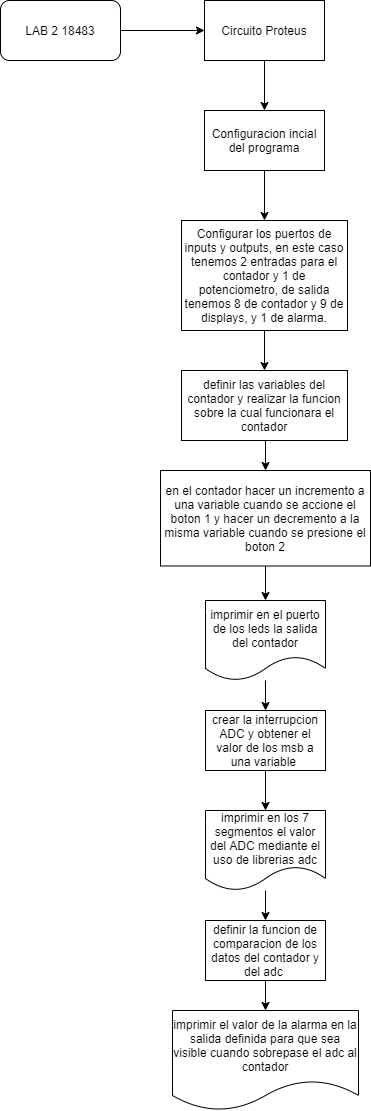
SSGR18483/IE3027-Digital_2_18483 keeps this draw.io diagram as Laboratorio 2/PseudocodigoL2.png. Above is the earlier version. Source tidied: cells renumbered, new cells last; positions are measured from the earlier drawing's top-left corner, leaving out a move shared by most shapes. Its diagram source:
```xml
<mxGraphModel>
  <root>
    <mxCell id="0" />
    <mxCell id="1" parent="0" />
    <mxCell id="2" style="edgeStyle=orthogonalEdgeStyle;rounded=0;jettySize=auto;html=1;exitX=1;exitY=0.5;exitDx=0;exitDy=0;entryX=0;entryY=0.5;entryDx=0;entryDy=0;" parent="1" edge="1" source="3" target="5">
      <mxGeometry relative="1" as="geometry" />
    </mxCell>
    <mxCell id="3" value="LAB 2 18483" style="rounded=1;whiteSpace=wrap;html=1;" parent="1" vertex="1">
      <mxGeometry width="120" height="60" as="geometry" />
    </mxCell>
    <mxCell id="4" style="edgeStyle=orthogonalEdgeStyle;rounded=0;jettySize=auto;html=1;entryX=0.5;entryY=0;entryDx=0;entryDy=0;" parent="1" edge="1" source="5" target="7">
      <mxGeometry relative="1" as="geometry" />
    </mxCell>
    <mxCell id="5" value="Circuito Proteus" style="rounded=0;whiteSpace=wrap;html=1;" parent="1" vertex="1">
      <mxGeometry x="204" width="120" height="60" as="geometry" />
    </mxCell>
    <mxCell id="6" style="edgeStyle=orthogonalEdgeStyle;rounded=0;jettySize=auto;html=1;entryX=0.5;entryY=0;entryDx=0;entryDy=0;" parent="1" edge="1" source="7" target="9">
      <mxGeometry relative="1" as="geometry" />
    </mxCell>
    <mxCell id="7" value="Configuracion incial del programa" style="rounded=0;whiteSpace=wrap;html=1;" parent="1" vertex="1">
      <mxGeometry x="204" y="110" width="120" height="60" as="geometry" />
    </mxCell>
    <mxCell id="8" style="edgeStyle=orthogonalEdgeStyle;rounded=0;jettySize=auto;html=1;exitX=0.5;exitY=1;exitDx=0;exitDy=0;entryX=0.5;entryY=0;entryDx=0;entryDy=0;" parent="1" edge="1" source="9" target="11">
      <mxGeometry relative="1" as="geometry" />
    </mxCell>
    <mxCell id="9" value="Configurar los puertos de inputs y outputs, en este caso tenemos 2 entradas para el contador y 1 de potenciometro, de salida tenemos 8 de contador y 9 de displays, y 1 de alarma." style="rounded=0;whiteSpace=wrap;html=1;" parent="1" vertex="1">
      <mxGeometry x="181" y="220" width="166" height="110" as="geometry" />
    </mxCell>
    <mxCell id="10" style="edgeStyle=orthogonalEdgeStyle;rounded=0;jettySize=auto;html=1;exitX=0.5;exitY=1;exitDx=0;exitDy=0;entryX=0.5;entryY=0;entryDx=0;entryDy=0;" parent="1" edge="1" source="11" target="13">
      <mxGeometry relative="1" as="geometry" />
    </mxCell>
    <mxCell id="11" value="definir las variables del contador y realizar la funcion sobre la cual funcionara el contador" style="rounded=0;whiteSpace=wrap;html=1;" parent="1" vertex="1">
      <mxGeometry x="181" y="370" width="166" height="70" as="geometry" />
    </mxCell>
    <mxCell id="12" style="edgeStyle=orthogonalEdgeStyle;rounded=0;jettySize=auto;html=1;entryX=0.5;entryY=0;entryDx=0;entryDy=0;" parent="1" edge="1" source="13" target="15">
      <mxGeometry relative="1" as="geometry" />
    </mxCell>
    <mxCell id="13" value="en el contador hacer un incremento a una variable cuando se accione el boton 1 y hacer un decremento a la misma variable cuando se presione el boton 2" style="rounded=0;whiteSpace=wrap;html=1;" parent="1" vertex="1">
      <mxGeometry x="160" y="470" width="210" height="95.5" as="geometry" />
    </mxCell>
    <mxCell id="14" style="edgeStyle=orthogonalEdgeStyle;rounded=0;jettySize=auto;html=1;" parent="1" edge="1" source="15" target="17">
      <mxGeometry relative="1" as="geometry" />
    </mxCell>
    <mxCell id="15" value="imprimir en el puerto de los leds la salida del contador" style="shape=document;whiteSpace=wrap;html=1;boundedLbl=1;" parent="1" vertex="1">
      <mxGeometry x="205" y="600" width="120" height="80" as="geometry" />
    </mxCell>
    <mxCell id="16" style="edgeStyle=orthogonalEdgeStyle;rounded=0;jettySize=auto;html=1;entryX=0.5;entryY=0;entryDx=0;entryDy=0;" parent="1" edge="1" source="17" target="19">
      <mxGeometry relative="1" as="geometry" />
    </mxCell>
    <mxCell id="17" value="crear la interrupcion ADC y obtener el valor de los msb a una variable&amp;nbsp;" style="rounded=0;whiteSpace=wrap;html=1;" parent="1" vertex="1">
      <mxGeometry x="205" y="710" width="120" height="60" as="geometry" />
    </mxCell>
    <mxCell id="18" style="edgeStyle=orthogonalEdgeStyle;rounded=0;jettySize=auto;html=1;entryX=0.5;entryY=0;entryDx=0;entryDy=0;" parent="1" edge="1" source="19" target="21">
      <mxGeometry relative="1" as="geometry" />
    </mxCell>
    <mxCell id="19" value="imprimir en los 7 segmentos el valor del ADC mediante el uso de librerias adc" style="shape=document;whiteSpace=wrap;html=1;boundedLbl=1;" parent="1" vertex="1">
      <mxGeometry x="205" y="810" width="120" height="80" as="geometry" />
    </mxCell>
    <mxCell id="20" style="edgeStyle=orthogonalEdgeStyle;rounded=0;jettySize=auto;html=1;entryX=0.5;entryY=0;entryDx=0;entryDy=0;" parent="1" edge="1" source="21" target="22">
      <mxGeometry relative="1" as="geometry" />
    </mxCell>
    <mxCell id="21" value="definir la funcion de comparacion de los datos del contador y del adc&amp;nbsp;" style="rounded=0;whiteSpace=wrap;html=1;" parent="1" vertex="1">
      <mxGeometry x="205" y="920" width="120" height="60" as="geometry" />
    </mxCell>
    <mxCell id="22" value="imprimir el valor de la alarma en la salida definida para que sea visible cuando sobrepase el adc al contador" style="shape=document;whiteSpace=wrap;html=1;boundedLbl=1;" parent="1" vertex="1">
      <mxGeometry x="172" y="1010" width="186" height="100" as="geometry" />
    </mxCell>
  </root>
</mxGraphModel>
```
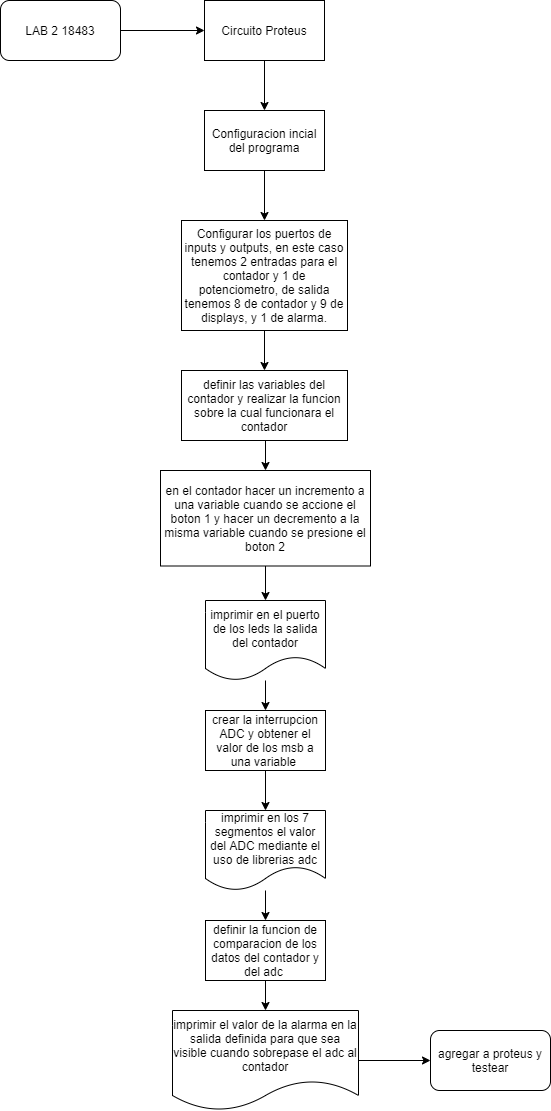
After the commit.

The edit, as a diff of the source:
```diff
@@ -62,8 +62,14 @@
     <mxCell id="21" value="definir la funcion de comparacion de los datos del contador y del adc&amp;nbsp;" style="rounded=0;whiteSpace=wrap;html=1;" parent="1" vertex="1">
       <mxGeometry x="205" y="920" width="120" height="60" as="geometry" />
     </mxCell>
+    <mxCell id="23" style="edgeStyle=orthogonalEdgeStyle;rounded=0;jettySize=auto;html=1;" parent="1" edge="1" source="22" target="24">
+      <mxGeometry relative="1" as="geometry" />
+    </mxCell>
     <mxCell id="22" value="imprimir el valor de la alarma en la salida definida para que sea visible cuando sobrepase el adc al contador" style="shape=document;whiteSpace=wrap;html=1;boundedLbl=1;" parent="1" vertex="1">
       <mxGeometry x="172" y="1010" width="186" height="100" as="geometry" />
     </mxCell>
+    <mxCell id="24" value="agregar a proteus y testear" style="rounded=1;whiteSpace=wrap;html=1;" parent="1" vertex="1">
+      <mxGeometry x="430" y="1030" width="120" height="60" as="geometry" />
+    </mxCell>
   </root>
 </mxGraphModel>
```
